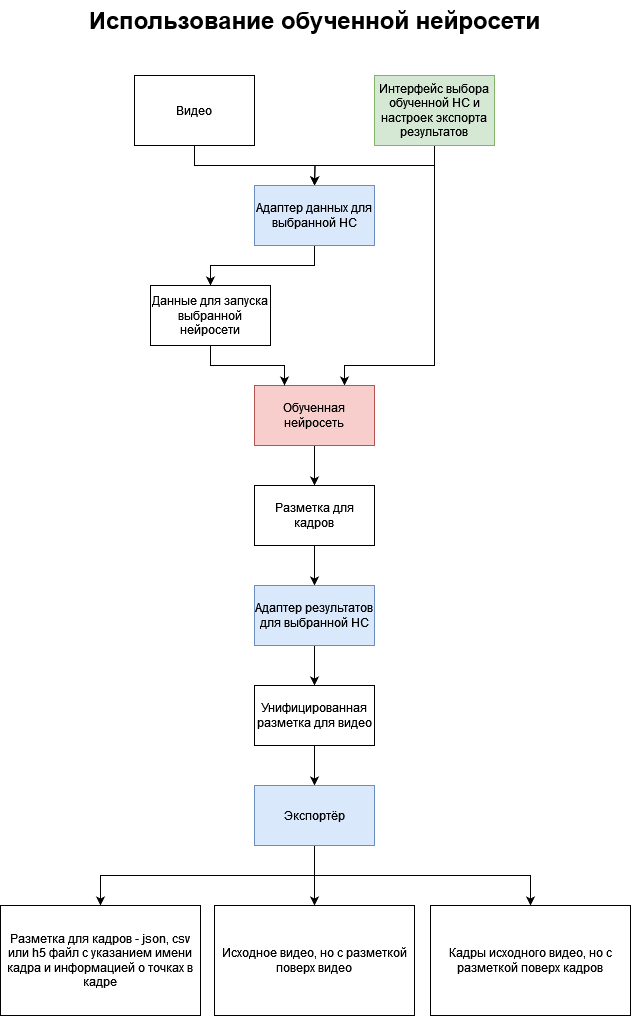
HidenYT/rabbit-keypoint-detection keeps this draw.io diagram as images/architecture - inference.png. Above is the earlier version. Source tidied: cells renumbered, new cells last; positions are measured from the earlier drawing's top-left corner, leaving out a move shared by most shapes.
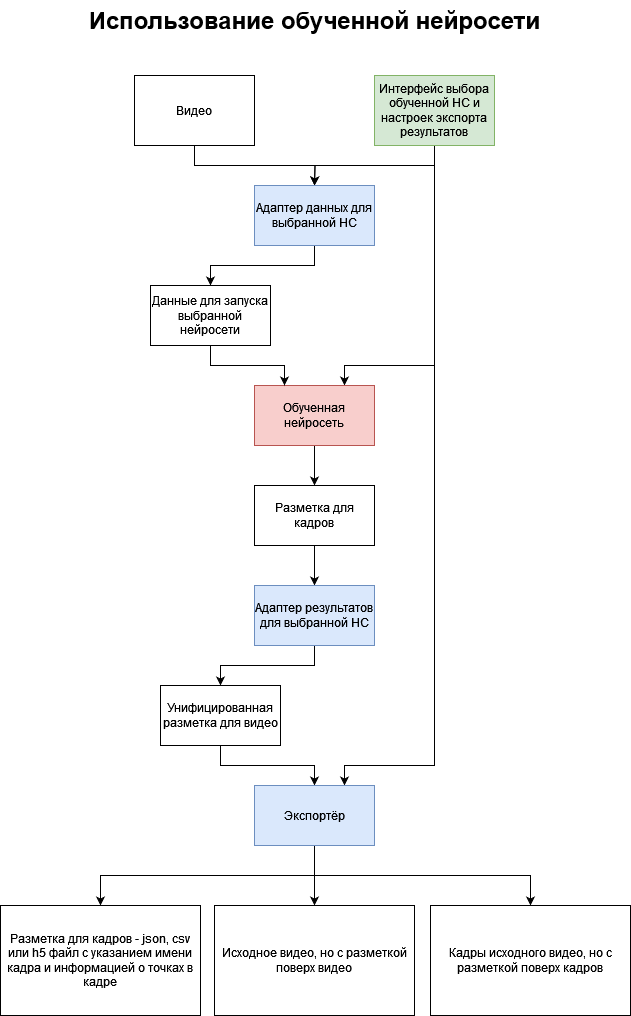
After the change.

Diff of the diagram source:
```diff
@@ -18,6 +18,14 @@
         </Array>
       </mxGeometry>
     </mxCell>
+    <mxCell id="27" style="edgeStyle=orthogonalEdgeStyle;rounded=0;jettySize=auto;html=1;exitX=0.5;exitY=1;exitDx=0;exitDy=0;entryX=0.75;entryY=0;entryDx=0;entryDy=0;" parent="1" edge="1" source="5" target="23">
+      <mxGeometry relative="1" as="geometry">
+        <Array as="points">
+          <mxPoint x="434" y="765" />
+          <mxPoint x="344" y="765" />
+        </Array>
+      </mxGeometry>
+    </mxCell>
     <mxCell id="5" value="&lt;div&gt;Интерфейс выбора обученной НС и настроек экспорта результатов&lt;/div&gt;" style="rounded=0;whiteSpace=wrap;html=1;fillColor=#d5e8d4;strokeColor=#82b366;" parent="1" vertex="1">
       <mxGeometry x="374" y="75" width="120" height="70" as="geometry" />
     </mxCell>
@@ -63,7 +71,7 @@
       <mxGeometry relative="1" as="geometry" />
     </mxCell>
     <mxCell id="19" value="Унифицированная разметка для видео" style="rounded=0;whiteSpace=wrap;html=1;" parent="1" vertex="1">
-      <mxGeometry x="254" y="685" width="120" height="60" as="geometry" />
+      <mxGeometry x="160" y="685" width="120" height="60" as="geometry" />
     </mxCell>
     <mxCell id="20" style="edgeStyle=orthogonalEdgeStyle;rounded=0;jettySize=auto;html=1;exitX=0.5;exitY=1;exitDx=0;exitDy=0;entryX=0.5;entryY=0;entryDx=0;entryDy=0;" parent="1" edge="1" source="23" target="24">
       <mxGeometry relative="1" as="geometry" />
```
